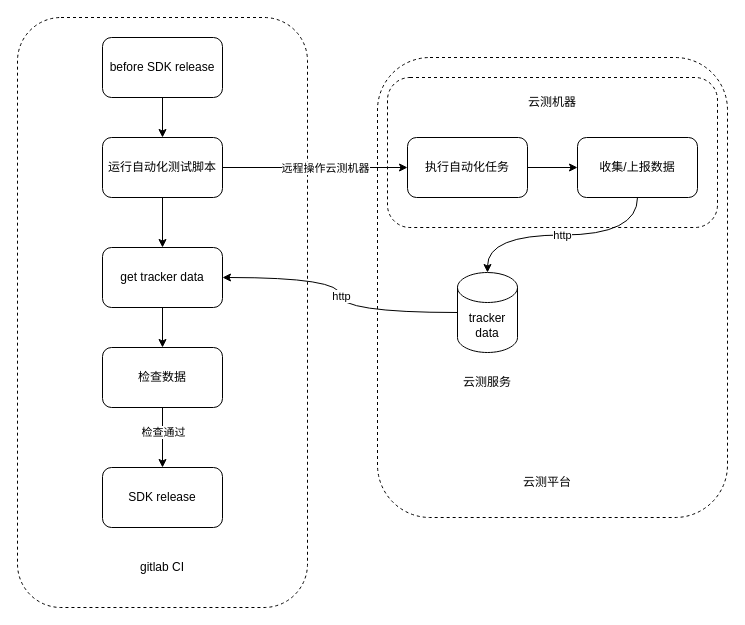
Earlier version of the draw.io diagram launcher-plugin-eaglet e2e.drawio (itellboy/itellboy). Source tidied: cells renumbered, new cells numbered last; positions are measured from the earlier drawing's top-left corner, leaving out a move shared by most shapes. Both pictures are drawn from the tidied source at 100%, with x=0, y=0 at pixel (17, 17).
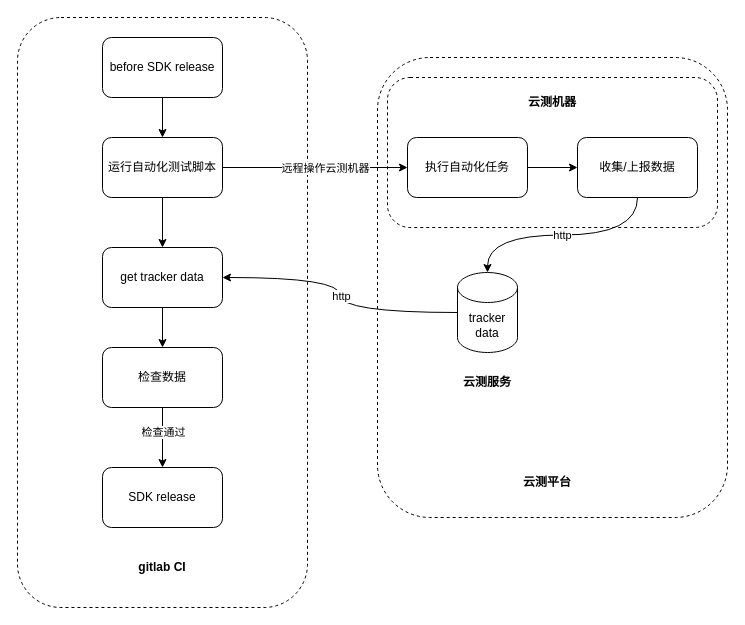
The same page after the edit.

Diff of the diagram source:
```diff
@@
-    <mxCell id="24" value="gitlab CI" style="text;html=1;strokeColor=none;fillColor=none;align=center;verticalAlign=middle;whiteSpace=wrap;rounded=0;" parent="1" vertex="1">
+    <mxCell id="24" value="gitlab CI" style="text;html=1;strokeColor=none;fillColor=none;align=center;verticalAlign=middle;whiteSpace=wrap;rounded=0;fontStyle=1;" parent="1" vertex="1">
       <mxGeometry x="115" y="535" width="60" height="30" as="geometry" />
     </mxCell>
-    <mxCell id="25" value="云测平台" style="text;html=1;strokeColor=none;fillColor=none;align=center;verticalAlign=middle;whiteSpace=wrap;rounded=0;" parent="1" vertex="1">
+    <mxCell id="25" value="云测平台" style="text;html=1;strokeColor=none;fillColor=none;align=center;verticalAlign=middle;whiteSpace=wrap;rounded=0;fontStyle=1;" parent="1" vertex="1">
       <mxGeometry x="500" y="450" width="60" height="30" as="geometry" />
     </mxCell>
-    <mxCell id="26" value="云测机器" style="text;html=1;strokeColor=none;fillColor=none;align=center;verticalAlign=middle;whiteSpace=wrap;rounded=0;" parent="1" vertex="1">
+    <mxCell id="26" value="云测机器" style="text;html=1;strokeColor=none;fillColor=none;align=center;verticalAlign=middle;whiteSpace=wrap;rounded=0;fontStyle=1;" parent="1" vertex="1">
       <mxGeometry x="505" y="70" width="60" height="30" as="geometry" />
     </mxCell>
-    <mxCell id="27" value="云测服务" style="text;html=1;strokeColor=none;fillColor=none;align=center;verticalAlign=middle;whiteSpace=wrap;rounded=0;" parent="1" vertex="1">
+    <mxCell id="27" value="云测服务" style="text;html=1;strokeColor=none;fillColor=none;align=center;verticalAlign=middle;whiteSpace=wrap;rounded=0;fontStyle=1;" parent="1" vertex="1">
       <mxGeometry x="440" y="350" width="60" height="30" as="geometry" />
     </mxCell>
```
